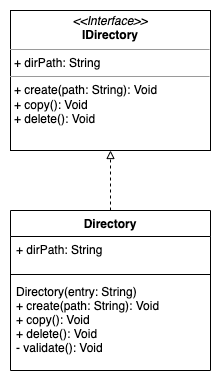
This is .assets/diagram.png from edo92/Bundless-Core, a draw.io export, as it was before one commit. Source tidied: cells renumbered, new cells last; positions are measured from the earlier drawing's top-left corner, leaving out a move shared by most shapes.
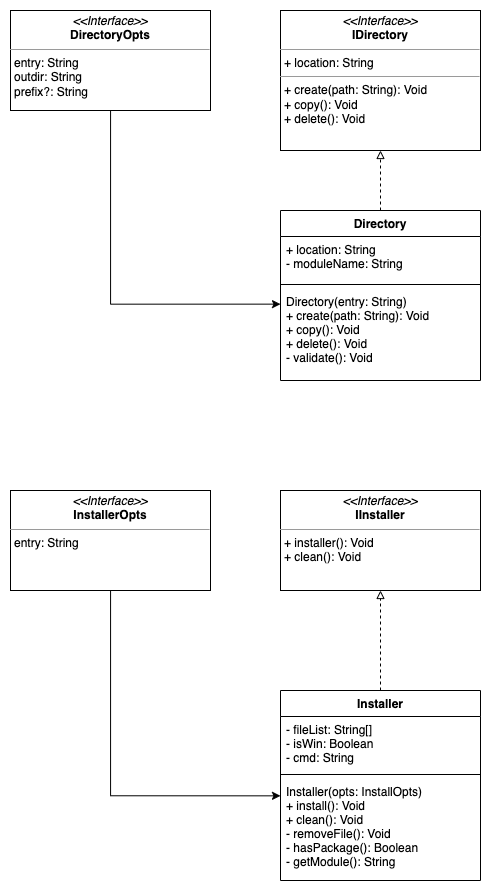
The same file after the commit.

What changed in the source:
```diff
@@ -2,23 +2,53 @@
   <root>
     <mxCell id="0" />
     <mxCell id="1" parent="0" />
-    <mxCell id="2" value="&lt;p style=&quot;margin: 0px ; margin-top: 4px ; text-align: center&quot;&gt;&lt;i&gt;&amp;lt;&amp;lt;Interface&amp;gt;&amp;gt;&lt;/i&gt;&lt;br&gt;&lt;b&gt;IDirectory&lt;/b&gt;&lt;/p&gt;&lt;hr size=&quot;1&quot;&gt;&lt;p style=&quot;margin: 0px ; margin-left: 4px&quot;&gt;+ dirPath: String&lt;/p&gt;&lt;hr size=&quot;1&quot;&gt;&lt;p style=&quot;margin: 0px 0px 0px 4px&quot;&gt;+ create(path: String): Void&lt;/p&gt;&lt;p style=&quot;margin: 0px 0px 0px 4px&quot;&gt;+ copy(): Void&lt;/p&gt;&lt;p style=&quot;margin: 0px 0px 0px 4px&quot;&gt;+ delete(): Void&lt;/p&gt;" style="verticalAlign=top;align=left;overflow=fill;fontSize=12;fontFamily=Helvetica;html=1;" parent="1" vertex="1">
+    <mxCell id="2" value="&lt;p style=&quot;margin: 0px ; margin-top: 4px ; text-align: center&quot;&gt;&lt;i&gt;&amp;lt;&amp;lt;Interface&amp;gt;&amp;gt;&lt;/i&gt;&lt;br&gt;&lt;b&gt;IDirectory&lt;/b&gt;&lt;/p&gt;&lt;hr size=&quot;1&quot;&gt;&lt;p style=&quot;margin: 0px ; margin-left: 4px&quot;&gt;+ location: String&lt;/p&gt;&lt;hr size=&quot;1&quot;&gt;&lt;p style=&quot;margin: 0px 0px 0px 4px&quot;&gt;+ create(path: String): Void&lt;/p&gt;&lt;p style=&quot;margin: 0px 0px 0px 4px&quot;&gt;+ copy(): Void&lt;/p&gt;&lt;p style=&quot;margin: 0px 0px 0px 4px&quot;&gt;+ delete(): Void&lt;/p&gt;" style="verticalAlign=top;align=left;overflow=fill;fontSize=12;fontFamily=Helvetica;html=1;" parent="1" vertex="1">
       <mxGeometry width="200" height="140" as="geometry" />
     </mxCell>
     <mxCell id="3" style="edgeStyle=orthogonalEdgeStyle;rounded=0;jettySize=auto;html=1;fontFamily=Comic Sans MS;endArrow=block;endFill=0;dashed=1;" parent="1" edge="1" source="4" target="2">
       <mxGeometry relative="1" as="geometry" />
     </mxCell>
     <mxCell id="4" value="Directory" style="swimlane;fontStyle=1;align=center;verticalAlign=top;horizontal=1;startSize=26;" parent="1" vertex="1">
-      <mxGeometry y="200" width="200" height="160" as="geometry" />
+      <mxGeometry y="200" width="200" height="170" as="geometry" />
     </mxCell>
-    <mxCell id="5" value="+ dirPath: String" style="text;strokeColor=none;fillColor=none;align=left;verticalAlign=top;spacingLeft=4;spacingRight=4;overflow=hidden;" parent="4" vertex="1">
-      <mxGeometry y="26" width="200" height="34" as="geometry" />
+    <mxCell id="5" value="+ location: String&#10;- moduleName: String" style="text;strokeColor=none;fillColor=none;align=left;verticalAlign=top;spacingLeft=4;spacingRight=4;overflow=hidden;" parent="4" vertex="1">
+      <mxGeometry y="26" width="200" height="44" as="geometry" />
     </mxCell>
     <mxCell id="6" style="line;strokeWidth=1;fillColor=none;align=left;verticalAlign=middle;spacingTop=-1;spacingLeft=3;spacingRight=3;labelPosition=right;" parent="4" vertex="1">
-      <mxGeometry y="60" width="200" height="8" as="geometry" />
+      <mxGeometry y="70" width="200" height="8" as="geometry" />
     </mxCell>
     <mxCell id="7" value="Directory(entry: String)&#10;+ create(path: String): Void&#10;+ copy(): Void&#10;+ delete(): Void&#10;- validate(): Void" style="text;strokeColor=none;fillColor=none;align=left;verticalAlign=top;spacingLeft=4;spacingRight=4;overflow=hidden;points=[[0,0.17,0,0,0]];portConstraint=eastwest;" parent="4" vertex="1">
-      <mxGeometry y="68" width="200" height="92" as="geometry" />
+      <mxGeometry y="78" width="200" height="92" as="geometry" />
     </mxCell>
+    <mxCell id="8" style="edgeStyle=orthogonalEdgeStyle;rounded=0;jettySize=auto;html=1;entryX=0;entryY=0.17;entryDx=0;entryDy=0;entryPerimeter=0;" parent="1" edge="1" source="9" target="7">
+      <mxGeometry relative="1" as="geometry" />
+    </mxCell>
+    <mxCell id="9" value="&lt;p style=&quot;margin: 0px ; margin-top: 4px ; text-align: center&quot;&gt;&lt;i&gt;&amp;lt;&amp;lt;Interface&amp;gt;&amp;gt;&lt;/i&gt;&lt;br&gt;&lt;b&gt;DirectoryOpts&lt;/b&gt;&lt;/p&gt;&lt;hr size=&quot;1&quot;&gt;&lt;p style=&quot;margin: 0px ; margin-left: 4px&quot;&gt;entry: String&lt;/p&gt;&lt;p style=&quot;margin: 0px ; margin-left: 4px&quot;&gt;outdir: String&lt;/p&gt;&lt;p style=&quot;margin: 0px ; margin-left: 4px&quot;&gt;prefix?: String&lt;/p&gt;&lt;p style=&quot;margin: 0px 0px 0px 4px&quot;&gt;&lt;br&gt;&lt;/p&gt;" style="verticalAlign=top;align=left;overflow=fill;fontSize=12;fontFamily=Helvetica;html=1;" parent="1" vertex="1">
+      <mxGeometry x="-270" width="200" height="100" as="geometry" />
+    </mxCell>
+    <mxCell id="10" value="&lt;p style=&quot;margin: 0px ; margin-top: 4px ; text-align: center&quot;&gt;&lt;i&gt;&amp;lt;&amp;lt;Interface&amp;gt;&amp;gt;&lt;/i&gt;&lt;br&gt;&lt;b&gt;IInstaller&lt;/b&gt;&lt;/p&gt;&lt;hr size=&quot;1&quot;&gt;&lt;p style=&quot;margin: 0px ; margin-left: 4px&quot;&gt;+ installer(): Void&lt;/p&gt;&lt;p style=&quot;margin: 0px ; margin-left: 4px&quot;&gt;+ clean(): Void&lt;/p&gt;&lt;p style=&quot;margin: 0px 0px 0px 4px&quot;&gt;&lt;br&gt;&lt;/p&gt;" style="verticalAlign=top;align=left;overflow=fill;fontSize=12;fontFamily=Helvetica;html=1;" parent="1" vertex="1">
+      <mxGeometry y="480" width="200" height="100" as="geometry" />
+    </mxCell>
+    <mxCell id="11" style="edgeStyle=orthogonalEdgeStyle;rounded=0;jettySize=auto;html=1;fontFamily=Comic Sans MS;endArrow=block;endFill=0;dashed=1;" parent="1" edge="1" source="12" target="10">
+      <mxGeometry relative="1" as="geometry" />
+    </mxCell>
+    <mxCell id="12" value="Installer" style="swimlane;fontStyle=1;align=center;verticalAlign=top;horizontal=1;startSize=26;" parent="1" vertex="1">
+      <mxGeometry y="680" width="200" height="190" as="geometry" />
+    </mxCell>
+    <mxCell id="13" value="- fileList: String[]&#10;- isWin: Boolean&#10;- cmd: String" style="text;strokeColor=none;fillColor=none;align=left;verticalAlign=top;spacingLeft=4;spacingRight=4;overflow=hidden;" parent="12" vertex="1">
+      <mxGeometry y="26" width="200" height="54" as="geometry" />
+    </mxCell>
+    <mxCell id="14" style="line;strokeWidth=1;fillColor=none;align=left;verticalAlign=middle;spacingTop=-1;spacingLeft=3;spacingRight=3;labelPosition=right;" parent="12" vertex="1">
+      <mxGeometry y="80" width="200" height="8" as="geometry" />
+    </mxCell>
+    <mxCell id="15" value="Installer(opts: InstallOpts)&#10;+ install(): Void&#10;+ clean(): Void&#10;- removeFile(): Void&#10;- hasPackage(): Boolean&#10;- getModule(): String" style="text;strokeColor=none;fillColor=none;align=left;verticalAlign=top;spacingLeft=4;spacingRight=4;overflow=hidden;points=[[0,0.17,0,0,0]];portConstraint=eastwest;" parent="12" vertex="1">
+      <mxGeometry y="88" width="200" height="102" as="geometry" />
+    </mxCell>
+    <mxCell id="16" style="edgeStyle=orthogonalEdgeStyle;rounded=0;jettySize=auto;html=1;entryX=0;entryY=0.17;entryDx=0;entryDy=0;entryPerimeter=0;" parent="1" edge="1" source="17" target="15">
+      <mxGeometry relative="1" as="geometry" />
+    </mxCell>
+    <mxCell id="17" value="&lt;p style=&quot;margin: 0px ; margin-top: 4px ; text-align: center&quot;&gt;&lt;i&gt;&amp;lt;&amp;lt;Interface&amp;gt;&amp;gt;&lt;/i&gt;&lt;br&gt;&lt;b&gt;InstallerOpts&lt;/b&gt;&lt;/p&gt;&lt;hr size=&quot;1&quot;&gt;&lt;p style=&quot;margin: 0px ; margin-left: 4px&quot;&gt;entry: String&lt;/p&gt;&lt;p style=&quot;margin: 0px ; margin-left: 4px&quot;&gt;&lt;br&gt;&lt;/p&gt;&lt;p style=&quot;margin: 0px 0px 0px 4px&quot;&gt;&lt;br&gt;&lt;/p&gt;" style="verticalAlign=top;align=left;overflow=fill;fontSize=12;fontFamily=Helvetica;html=1;" parent="1" vertex="1">
+      <mxGeometry x="-270" y="480" width="200" height="100" as="geometry" />
+    </mxCell>
   </root>
 </mxGraphModel>
```
